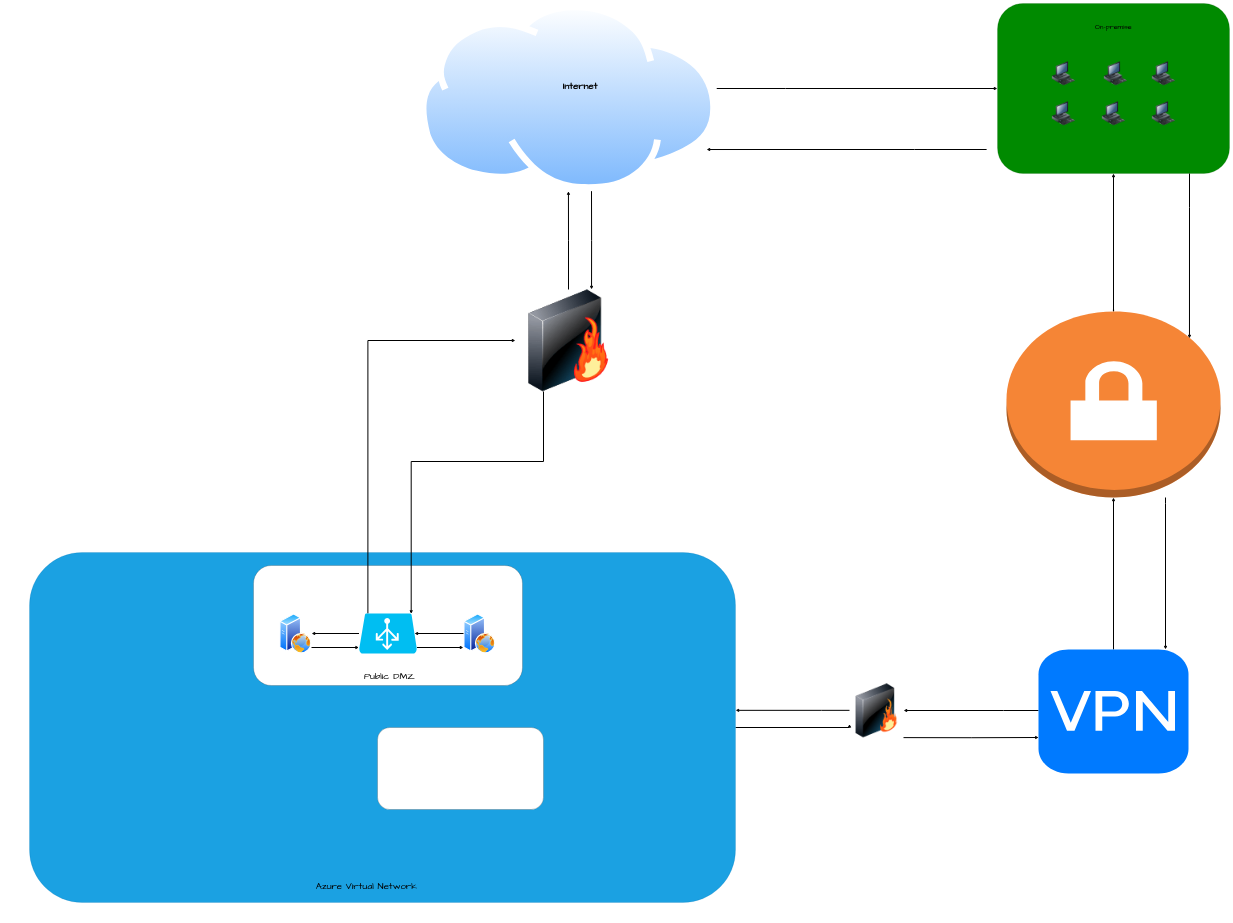
Above: Untitled Diagram.drawio in krillavilla/Securing-the-Perimeter (draw.io), before the change. Source tidied: cells renumbered, new cells numbered last; positions are measured from the earlier drawing's top-left corner, leaving out a move shared by most shapes. Both pictures are drawn from the tidied source at 20%, with x=0, y=0 at pixel (29, 3). Pictures stored in the file or linked from it are replaced by grey dashed boxes.
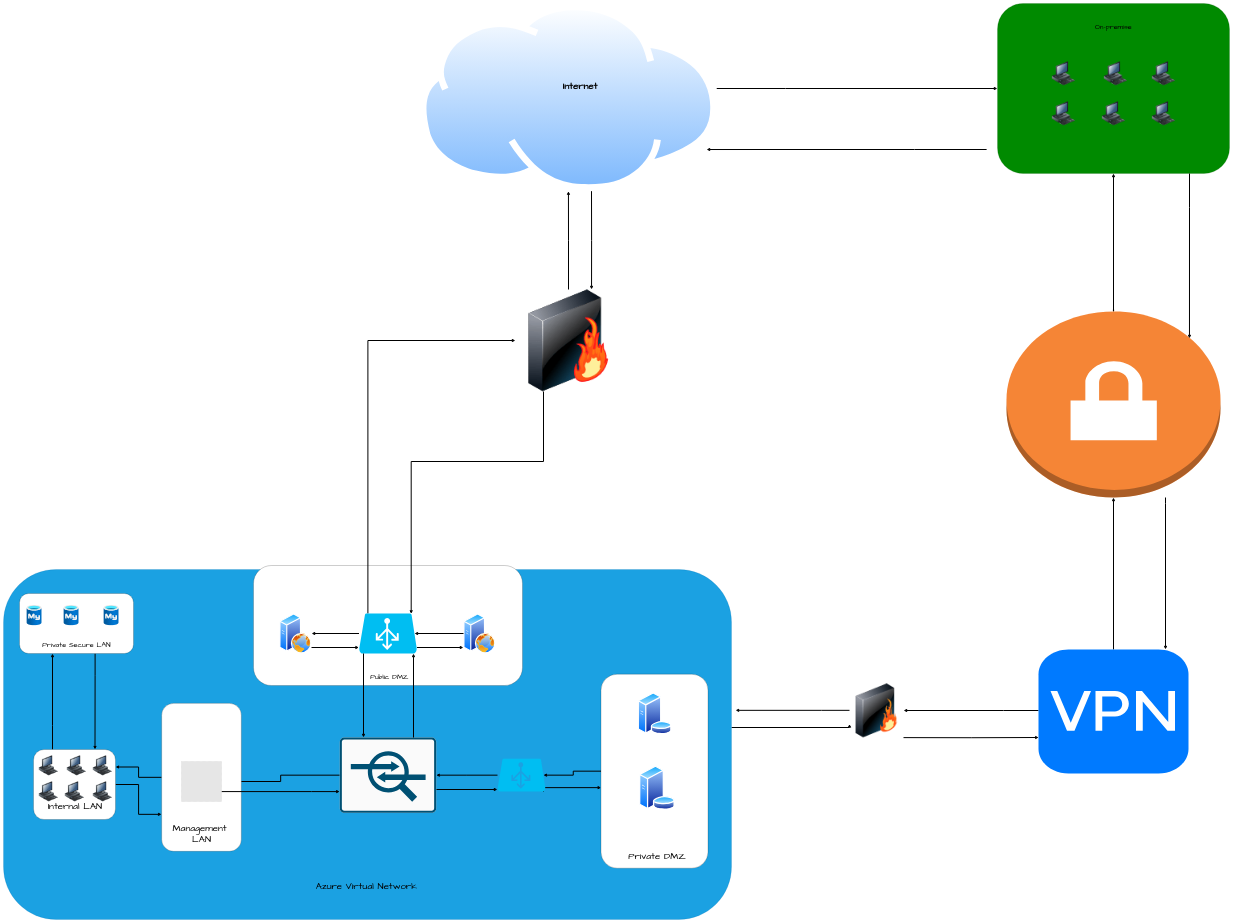
The same diagram, later.

The edit, as a diff of the source:
```diff
@@
     <mxCell id="6" style="rounded=1;whiteSpace=wrap;html=1;fillColor=#1ba1e2;fontColor=#ffffff;strokeColor=#006EAF;" parent="1" vertex="1">
-      <mxGeometry y="2745" width="3530" height="1750" as="geometry" />
+      <mxGeometry x="-130" y="2830" width="3640" height="1750" as="geometry" />
     </mxCell>
@@
-    <mxCell id="32" value="&lt;font face=&quot;Comic Sans MS&quot; style=&quot;font-size: 48px;&quot;&gt;Public DMZ&lt;/font&gt;" style="text;strokeColor=none;align=center;fillColor=none;html=1;verticalAlign=middle;whiteSpace=wrap;rounded=0;" parent="1" vertex="1">
+    <mxCell id="32" value="&lt;font face=&quot;Comic Sans MS&quot; style=&quot;font-size: 36px;&quot;&gt;Public DMZ&lt;/font&gt;" style="text;strokeColor=none;align=center;fillColor=none;html=1;verticalAlign=middle;whiteSpace=wrap;rounded=0;" parent="1" vertex="1">
       <mxGeometry x="1560" y="3320" width="480" height="90" as="geometry" />
     </mxCell>
@@
-    <mxCell id="42" style="rounded=1;whiteSpace=wrap;html=1;" parent="1" vertex="1">
-      <mxGeometry x="1740" y="3620" width="830" height="410" as="geometry" />
+    <mxCell id="42" style="rounded=1;whiteSpace=wrap;html=1;rotation=-90;" parent="1" vertex="1">
+      <mxGeometry x="2640" y="3570.8" width="970" height="535" as="geometry" />
     </mxCell>
+    <mxCell id="43" value="&lt;font face=&quot;Comic Sans MS&quot; style=&quot;font-size: 48px;&quot;&gt;Private DMZ&lt;/font&gt;" style="text;strokeColor=none;align=center;fillColor=none;html=1;verticalAlign=middle;whiteSpace=wrap;rounded=0;" parent="1" vertex="1">
+      <mxGeometry x="2897.5" y="4218.3" width="480" height="90" as="geometry" />
+    </mxCell>
+    <mxCell id="44" style="image;perimeter=ellipsePerimeter;html=1;align=center;shadow=0;dashed=0;spacingTop=3;image=img/lib/active_directory/database_server.svg;" parent="1" vertex="1">
+      <mxGeometry x="3040" y="3444.1" width="172" height="209.8" as="geometry" />
+    </mxCell>
+    <mxCell id="45" style="image;perimeter=ellipsePerimeter;html=1;align=center;shadow=0;dashed=0;spacingTop=3;image=img/lib/active_directory/database_server.svg;" parent="1" vertex="1">
+      <mxGeometry x="3046.5" y="3810" width="182" height="221.9" as="geometry" />
+    </mxCell>
+    <mxCell id="46" style="edgeStyle=orthogonalEdgeStyle;rounded=0;orthogonalLoop=1;jettySize=auto;html=1;strokeWidth=5;" parent="1" edge="1">
+      <mxGeometry relative="1" as="geometry">
+        <mxPoint x="2033.5" y="3930" as="sourcePoint" />
+        <mxPoint x="2340" y="3930" as="targetPoint" />
+      </mxGeometry>
+    </mxCell>
+    <mxCell id="47" style="edgeStyle=orthogonalEdgeStyle;rounded=0;jettySize=auto;html=1;entryX=1;entryY=0.5;entryDx=0;entryDy=0;strokeWidth=5;" parent="1" edge="1" source="48" target="59">
+      <mxGeometry relative="1" as="geometry" />
+    </mxCell>
+    <mxCell id="48" style="sketch=0;points=[[0.015,0.015,0],[0.985,0.015,0],[0.985,0.985,0],[0.015,0.985,0],[0.25,0,0],[0.5,0,0],[0.75,0,0],[1,0.25,0],[1,0.5,0],[1,0.75,0],[0.75,1,0],[0.5,1,0],[0.25,1,0],[0,0.75,0],[0,0.5,0],[0,0.25,0]];verticalLabelPosition=bottom;html=1;verticalAlign=top;align=center;shape=mxgraph.cisco19.rect;prIcon=ips_ids;fillColor=#FAFAFA;strokeColor=#005073;" parent="1" vertex="1">
+      <mxGeometry x="1551.5" y="3670" width="482" height="376.6" as="geometry" />
+    </mxCell>
+    <mxCell id="49" style="edgeStyle=orthogonalEdgeStyle;rounded=0;orthogonalLoop=1;jettySize=auto;html=1;entryX=0.5;entryY=0;entryDx=0;entryDy=0;entryPerimeter=0;strokeWidth=5;" parent="1" edge="1">
+      <mxGeometry relative="1" as="geometry">
+        <mxPoint x="1670" y="3250" as="sourcePoint" />
+        <mxPoint x="1670" y="3670" as="targetPoint" />
+      </mxGeometry>
+    </mxCell>
+    <mxCell id="50" style="edgeStyle=orthogonalEdgeStyle;rounded=0;orthogonalLoop=1;jettySize=auto;html=1;entryX=0.5;entryY=1;entryDx=0;entryDy=0;entryPerimeter=0;strokeWidth=5;" parent="1" edge="1">
+      <mxGeometry relative="1" as="geometry">
+        <mxPoint x="1920" y="3670" as="sourcePoint" />
+        <mxPoint x="1920" y="3250" as="targetPoint" />
+      </mxGeometry>
+    </mxCell>
+    <mxCell id="51" style="edgeStyle=orthogonalEdgeStyle;rounded=0;orthogonalLoop=1;jettySize=auto;html=1;entryX=0.436;entryY=0.002;entryDx=0;entryDy=0;strokeWidth=5;entryPerimeter=0;" parent="1" edge="1">
+      <mxGeometry relative="1" as="geometry">
+        <mxPoint x="2570" y="3940.4" as="sourcePoint" />
+        <mxPoint x="2858.6" y="3920.7" as="targetPoint" />
+        <Array as="points">
+          <mxPoint x="2570" y="3920.4" />
+        </Array>
+      </mxGeometry>
+    </mxCell>
+    <mxCell id="52" style="verticalLabelPosition=bottom;html=1;verticalAlign=top;align=center;strokeColor=none;fillColor=#00BEF2;shape=mxgraph.azure.azure_load_balancer;" parent="1" vertex="1">
+      <mxGeometry x="2340" y="3776.2" width="240" height="164.1" as="geometry" />
+    </mxCell>
+    <mxCell id="53" style="edgeStyle=orthogonalEdgeStyle;rounded=0;jettySize=auto;html=1;entryX=1;entryY=0.5;entryDx=0;entryDy=0;entryPerimeter=0;strokeWidth=5;" parent="1" edge="1" source="52" target="48">
+      <mxGeometry relative="1" as="geometry" />
+    </mxCell>
+    <mxCell id="54" style="edgeStyle=orthogonalEdgeStyle;rounded=0;jettySize=auto;html=1;entryX=0.955;entryY=0.5;entryDx=0;entryDy=0;entryPerimeter=0;strokeWidth=5;" parent="1" edge="1" source="42" target="52">
+      <mxGeometry relative="1" as="geometry" />
+    </mxCell>
+    <mxCell id="55" style="edgeStyle=orthogonalEdgeStyle;rounded=0;jettySize=auto;html=1;entryX=1;entryY=0.25;entryDx=0;entryDy=0;strokeWidth=5;" parent="1" edge="1" source="56" target="62">
+      <mxGeometry relative="1" as="geometry" />
+    </mxCell>
+    <mxCell id="56" style="rounded=1;whiteSpace=wrap;html=1;rotation=-90;" parent="1" vertex="1">
+      <mxGeometry x="490" y="3670" width="740" height="398.4" as="geometry" />
+    </mxCell>
+    <mxCell id="57" value="&lt;font face=&quot;Comic Sans MS&quot; style=&quot;font-size: 48px;&quot;&gt;Management&amp;nbsp;&lt;/font&gt;&lt;div&gt;&lt;font face=&quot;Comic Sans MS&quot;&gt;&lt;span style=&quot;font-size: 48px;&quot;&gt;LAN&lt;/span&gt;&lt;/font&gt;&lt;/div&gt;" style="text;strokeColor=none;align=center;fillColor=none;html=1;verticalAlign=middle;whiteSpace=wrap;rounded=0;" parent="1" vertex="1">
+      <mxGeometry x="702.5" y="4105.8" width="315" height="90" as="geometry" />
+    </mxCell>
+    <mxCell id="58" style="edgeStyle=orthogonalEdgeStyle;rounded=0;orthogonalLoop=1;jettySize=auto;html=1;exitX=1;exitY=0.5;exitDx=0;exitDy=0;strokeWidth=5;" parent="1" edge="1">
+      <mxGeometry relative="1" as="geometry">
+        <mxPoint x="960" y="3940.4" as="sourcePoint" />
+        <mxPoint x="1551.5" y="3940.5" as="targetPoint" />
+        <Array as="points">
+          <mxPoint x="1410" y="3940.4" />
+          <mxPoint x="1410" y="3940.4" />
+        </Array>
+      </mxGeometry>
+    </mxCell>
+    <mxCell id="59" style="fillColor=#E6E6E6;strokeColor=#999999;dashed=1;html=1;verticalAlign=top;verticalLabelPosition=bottom;labelBackgroundColor=#ffffff;" parent="1" vertex="1">
+      <mxGeometry x="760" y="3790" width="200" height="200" as="geometry" />
+    </mxCell>
+    <mxCell id="60" style="edgeStyle=orthogonalEdgeStyle;rounded=0;jettySize=auto;html=1;entryX=0.25;entryY=0;entryDx=0;entryDy=0;strokeWidth=5;" parent="1" edge="1" source="62" target="56">
+      <mxGeometry relative="1" as="geometry" />
+    </mxCell>
+    <mxCell id="61" style="edgeStyle=orthogonalEdgeStyle;rounded=0;jettySize=auto;html=1;entryX=0.25;entryY=1;entryDx=0;entryDy=0;strokeWidth=5;" parent="1" edge="1" source="62" target="72">
+      <mxGeometry relative="1" as="geometry">
+        <Array as="points">
+          <mxPoint x="115" y="3610" />
+          <mxPoint x="115" y="3610" />
+        </Array>
+      </mxGeometry>
+    </mxCell>
+    <mxCell id="62" style="rounded=1;whiteSpace=wrap;html=1;" parent="1" vertex="1">
+      <mxGeometry x="20" y="3730" width="410" height="350" as="geometry" />
+    </mxCell>
+    <mxCell id="63" value="&lt;font face=&quot;Comic Sans MS&quot;&gt;&lt;span style=&quot;font-size: 48px;&quot;&gt;Internal LAN&lt;/span&gt;&lt;/font&gt;" style="text;strokeColor=none;align=center;fillColor=none;html=1;verticalAlign=middle;whiteSpace=wrap;rounded=0;" parent="1" vertex="1">
+      <mxGeometry x="70" y="3970" width="315" height="90" as="geometry" />
+    </mxCell>
+    <mxCell id="64" style="image;html=1;image=img/lib/clip_art/computers/Workstation_128x128.png;" parent="1" vertex="1">
+      <mxGeometry x="40" y="3760" width="110" height="100" as="geometry" />
+    </mxCell>
+    <mxCell id="65" style="image;html=1;image=img/lib/clip_art/computers/Workstation_128x128.png;" parent="1" vertex="1">
+      <mxGeometry x="180" y="3760" width="110" height="100" as="geometry" />
+    </mxCell>
+    <mxCell id="66" style="image;html=1;image=img/lib/clip_art/computers/Workstation_128x128.png;" parent="1" vertex="1">
+      <mxGeometry x="310" y="3760" width="110" height="100" as="geometry" />
+    </mxCell>
+    <mxCell id="67" style="image;html=1;image=img/lib/clip_art/computers/Workstation_128x128.png;" parent="1" vertex="1">
+      <mxGeometry x="310" y="3890" width="110" height="100" as="geometry" />
+    </mxCell>
+    <mxCell id="68" style="image;html=1;image=img/lib/clip_art/computers/Workstation_128x128.png;" parent="1" vertex="1">
+      <mxGeometry x="170" y="3890" width="110" height="100" as="geometry" />
+    </mxCell>
+    <mxCell id="69" style="image;html=1;image=img/lib/clip_art/computers/Workstation_128x128.png;" parent="1" vertex="1">
+      <mxGeometry x="40" y="3890" width="110" height="100" as="geometry" />
+    </mxCell>
+    <mxCell id="70" style="edgeStyle=orthogonalEdgeStyle;rounded=0;jettySize=auto;html=1;entryX=0.75;entryY=0;entryDx=0;entryDy=0;strokeWidth=5;" parent="1" edge="1" source="71" target="62">
+      <mxGeometry relative="1" as="geometry">
+        <Array as="points">
+          <mxPoint x="328" y="3360" />
+          <mxPoint x="328" y="3360" />
+        </Array>
+      </mxGeometry>
+    </mxCell>
+    <mxCell id="71" style="rounded=1;whiteSpace=wrap;html=1;" parent="1" vertex="1">
+      <mxGeometry x="-50" y="2950" width="570" height="300" as="geometry" />
+    </mxCell>
+    <mxCell id="72" value="&lt;font face=&quot;Comic Sans MS&quot; style=&quot;font-size: 36px;&quot;&gt;Private Secure LAN&lt;/font&gt;" style="text;strokeColor=none;align=center;fillColor=none;html=1;verticalAlign=middle;whiteSpace=wrap;rounded=0;" parent="1" vertex="1">
+      <mxGeometry x="-5" y="3160" width="480" height="90" as="geometry" />
+    </mxCell>
+    <mxCell id="73" style="image;html=1;align=center;fontSize=12;image=img/lib/azure2/databases/Azure_Database_MySQL_Server.svg;" parent="1" vertex="1">
+      <mxGeometry x="-15" y="3008" width="76.5" height="102" as="geometry" />
+    </mxCell>
+    <mxCell id="74" style="image;html=1;align=center;fontSize=12;image=img/lib/azure2/databases/Azure_Database_MySQL_Server.svg;" parent="1" vertex="1">
+      <mxGeometry x="170" y="3008" width="76.5" height="102" as="geometry" />
+    </mxCell>
+    <mxCell id="75" style="image;html=1;align=center;fontSize=12;image=img/lib/azure2/databases/Azure_Database_MySQL_Server.svg;" parent="1" vertex="1">
+      <mxGeometry x="370" y="3008" width="76.5" height="102" as="geometry" />
+    </mxCell>
```
